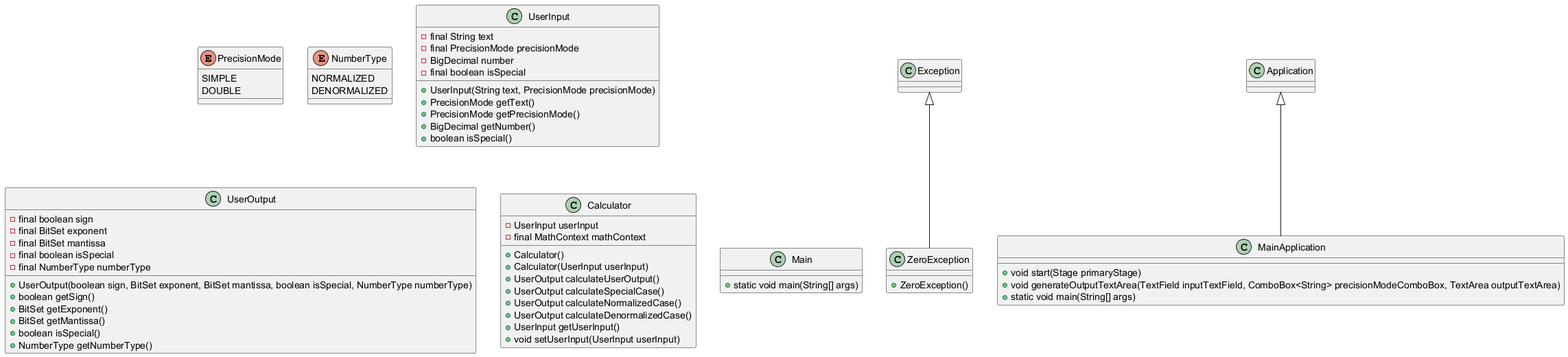
Jiuso1/easyP754 keeps this PlantUML diagram as src/main/resources/uml.png. Above is the earlier version.
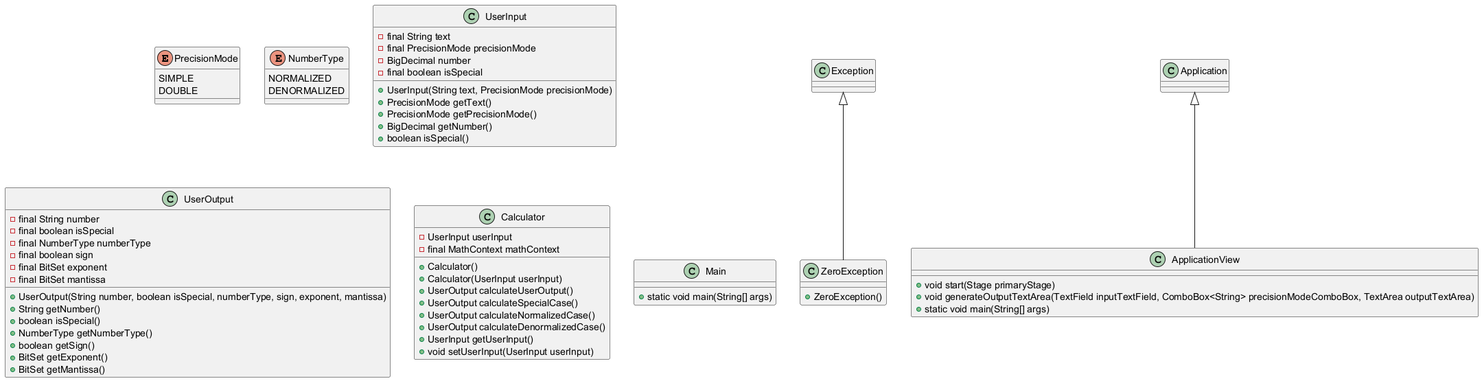
The same diagram one commit later.

Change to the diagram source:
```diff
@@ -22,17 +22,19 @@
 }
 
 class UserOutput {
+    - final String number
+    - final boolean isSpecial
+    - final NumberType numberType
     - final boolean sign
     - final BitSet exponent
     - final BitSet mantissa
-    - final boolean isSpecial
-    - final NumberType numberType
-    + UserOutput(boolean sign, BitSet exponent, BitSet mantissa, boolean isSpecial, NumberType numberType)
+    + UserOutput(String number, boolean isSpecial, numberType, sign, exponent, mantissa)
+    + String getNumber()
+    + boolean isSpecial()
+    + NumberType getNumberType()
     + boolean getSign()
     + BitSet getExponent()
     + BitSet getMantissa()
-    + boolean isSpecial()
-    + NumberType getNumberType()
 }
 
 class Calculator {
@@ -58,9 +60,9 @@
     + static void main(String[] args)
 }
 
-Application <|-- MainApplication
+Application <|-- ApplicationView
 
-class MainApplication{
+class ApplicationView{
     + void start(Stage primaryStage)
     + void generateOutputTextArea(TextField inputTextField, ComboBox<String> precisionModeComboBox, TextArea outputTextArea)
     + static void main(String[] args)
```
